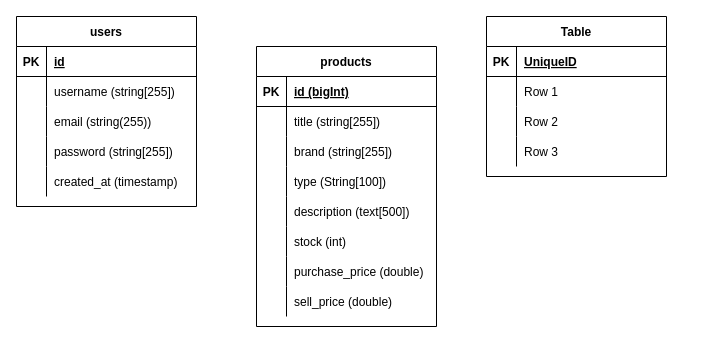
Above: rifus-laptop-design-db.drawio in rifusid/Rifus-Laptop (draw.io), before the change. Source tidied: cells renumbered, new cells numbered last; positions are measured from the earlier drawing's top-left corner, leaving out a move shared by most shapes. Both pictures are drawn from the tidied source at 100%, with x=0, y=0 at pixel (16, 16).
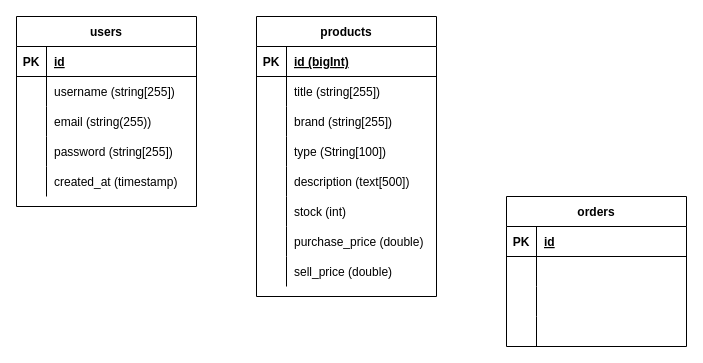
Above is the later version.

Unchanged cells that the change refers to:
```xml
<mxCell id="44" style="shape=tableRow;horizontal=0;startSize=0;swimlaneHead=0;swimlaneBody=0;fillColor=none;top=0;left=0;right=0;bottom=1;" parent="43" vertex="1">
  <mxGeometry y="30" width="180" height="30" as="geometry" />
</mxCell>
<mxCell id="47" style="shape=tableRow;horizontal=0;startSize=0;swimlaneHead=0;swimlaneBody=0;fillColor=none;top=0;left=0;right=0;bottom=0;" parent="43" vertex="1">
  <mxGeometry y="60" width="180" height="30" as="geometry" />
</mxCell>
<mxCell id="50" style="shape=tableRow;horizontal=0;startSize=0;swimlaneHead=0;swimlaneBody=0;fillColor=none;top=0;left=0;right=0;bottom=0;" parent="43" vertex="1">
  <mxGeometry y="90" width="180" height="30" as="geometry" />
</mxCell>
<mxCell id="53" style="shape=tableRow;horizontal=0;startSize=0;swimlaneHead=0;swimlaneBody=0;fillColor=none;top=0;left=0;right=0;bottom=0;" parent="43" vertex="1">
  <mxGeometry y="120" width="180" height="30" as="geometry" />
</mxCell>
```

Change to the diagram source:
```diff
@@
     <mxCell id="18" value="products" style="shape=table;startSize=30;childLayout=tableLayout;rowLines=0;fontStyle=1;align=center;" parent="1" vertex="1">
-      <mxGeometry x="240" y="30" width="180" height="280" as="geometry" />
+      <mxGeometry x="240" width="180" height="280" as="geometry" />
     </mxCell>
@@
-    <mxCell id="43" value="Table" style="shape=table;startSize=30;childLayout=tableLayout;rowLines=0;fontStyle=1;align=center;" parent="1" vertex="1">
-      <mxGeometry x="470" width="180" height="160" as="geometry" />
+    <mxCell id="43" value="orders" style="shape=table;startSize=30;childLayout=tableLayout;rowLines=0;fontStyle=1;align=center;" parent="1" vertex="1">
+      <mxGeometry x="490" y="180" width="180" height="150" as="geometry" />
     </mxCell>
@@
-    <mxCell id="46" value="UniqueID" style="shape=partialRectangle;fillColor=none;top=0;left=0;bottom=0;right=0;align=left;spacingLeft=6;fontStyle=5;overflow=hidden;" parent="44" vertex="1">
+    <mxCell id="46" value="id" style="shape=partialRectangle;fillColor=none;top=0;left=0;bottom=0;right=0;align=left;spacingLeft=6;fontStyle=5;overflow=hidden;" parent="44" vertex="1">
       <mxGeometry x="30" width="150" height="30" as="geometry" />
     </mxCell>
@@
-    <mxCell id="49" value="Row 1" style="shape=partialRectangle;fillColor=none;top=0;left=0;bottom=0;right=0;align=left;spacingLeft=6;overflow=hidden;" parent="47" vertex="1">
-      <mxGeometry x="30" width="150" height="30" as="geometry" />
-    </mxCell>
+    <mxCell id="56" style="shape=partialRectangle;fillColor=none;top=0;left=0;bottom=0;right=0;align=left;spacingLeft=6;overflow=hidden;" parent="47" vertex="1">
+      <mxGeometry x="30" width="150" height="30" as="geometry" />
+    </mxCell>
@@
-    <mxCell id="52" value="Row 2" style="shape=partialRectangle;fillColor=none;top=0;left=0;bottom=0;right=0;align=left;spacingLeft=6;overflow=hidden;" parent="50" vertex="1">
+    <mxCell id="52" style="shape=partialRectangle;fillColor=none;top=0;left=0;bottom=0;right=0;align=left;spacingLeft=6;overflow=hidden;" parent="50" vertex="1">
       <mxGeometry x="30" width="150" height="30" as="geometry" />
     </mxCell>
@@
-    <mxCell id="55" value="Row 3" style="shape=partialRectangle;fillColor=none;top=0;left=0;bottom=0;right=0;align=left;spacingLeft=6;overflow=hidden;" parent="53" vertex="1">
+    <mxCell id="55" style="shape=partialRectangle;fillColor=none;top=0;left=0;bottom=0;right=0;align=left;spacingLeft=6;overflow=hidden;" parent="53" vertex="1">
       <mxGeometry x="30" width="150" height="30" as="geometry" />
     </mxCell>
```
